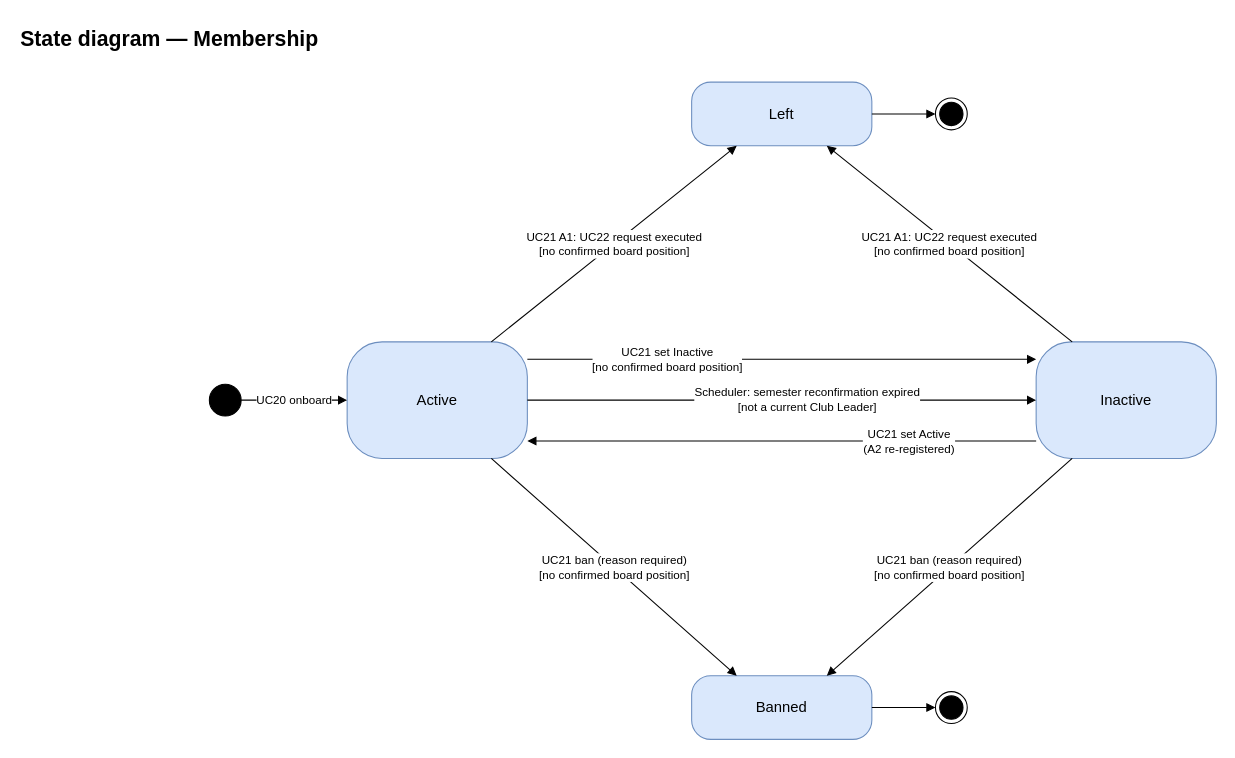
Above: page "Membership" (3 of 9) of docs/03-diagrams/UCMS_State_Diagrams.drawio in nvdekay/ClubManagementSystem (draw.io), before the change. Source tidied: cells renumbered, new cells numbered last; positions are measured from the earlier drawing's top-left corner, leaving out a move shared by most shapes. Both pictures are drawn from the tidied source at 106%, with x=0, y=0 at pixel (18, 18).
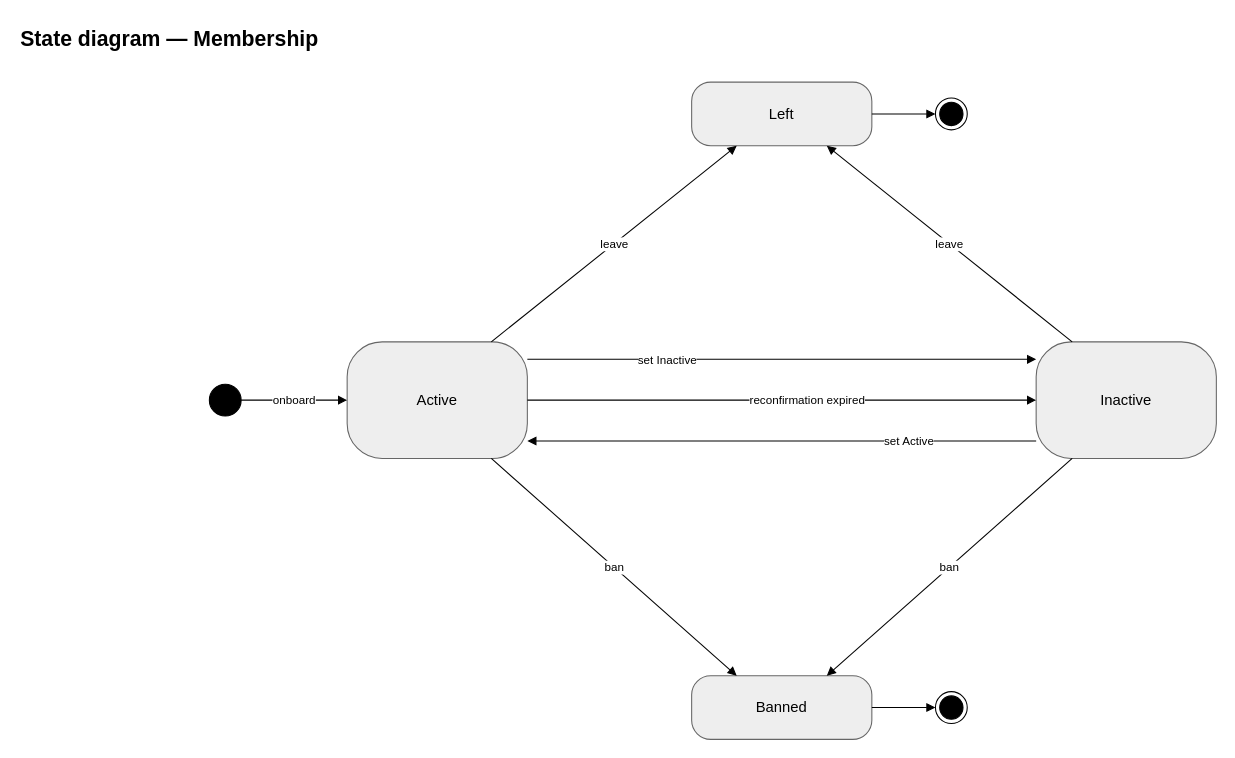
The same page after the edit.

Change to the diagram source:
```diff
@@
 <mxGraphModel background="#ffffff">
   <root>
     <mxCell id="0" />
     <mxCell id="1" parent="0" />
     <mxCell id="2" value="State diagram — Membership" style="text;html=1;fontSize=20;fontStyle=1;" parent="1" vertex="1">
       <mxGeometry width="600" height="30" as="geometry" />
     </mxCell>
     <mxCell id="3" style="ellipse;html=1;fillColor=#000000;strokeColor=#000000;" parent="1" vertex="1">
       <mxGeometry x="180" y="345" width="30" height="30" as="geometry" />
     </mxCell>
-    <mxCell id="4" value="Active" style="rounded=1;arcSize=30;whiteSpace=wrap;html=1;fillColor=#dae8fc;strokeColor=#6c8ebf;fontSize=14;" parent="1" vertex="1">
+    <mxCell id="4" value="Active" style="rounded=1;arcSize=30;whiteSpace=wrap;html=1;fillColor=#eeeeee;strokeColor=#666666;fontSize=14;" parent="1" vertex="1">
       <mxGeometry x="310" y="305" width="170" height="110" as="geometry" />
     </mxCell>
-    <mxCell id="5" value="Inactive" style="rounded=1;arcSize=30;whiteSpace=wrap;html=1;fillColor=#dae8fc;strokeColor=#6c8ebf;fontSize=14;" parent="1" vertex="1">
+    <mxCell id="5" value="Inactive" style="rounded=1;arcSize=30;whiteSpace=wrap;html=1;fillColor=#eeeeee;strokeColor=#666666;fontSize=14;" parent="1" vertex="1">
       <mxGeometry x="960" y="305" width="170" height="110" as="geometry" />
     </mxCell>
-    <mxCell id="6" value="Left" style="rounded=1;arcSize=30;whiteSpace=wrap;html=1;fillColor=#dae8fc;strokeColor=#6c8ebf;fontSize=14;" parent="1" vertex="1">
+    <mxCell id="6" value="Left" style="rounded=1;arcSize=30;whiteSpace=wrap;html=1;fillColor=#eeeeee;strokeColor=#666666;fontSize=14;" parent="1" vertex="1">
       <mxGeometry x="635" y="60" width="170" height="60" as="geometry" />
     </mxCell>
-    <mxCell id="7" value="Banned" style="rounded=1;arcSize=30;whiteSpace=wrap;html=1;fillColor=#dae8fc;strokeColor=#6c8ebf;fontSize=14;" parent="1" vertex="1">
+    <mxCell id="7" value="Banned" style="rounded=1;arcSize=30;whiteSpace=wrap;html=1;fillColor=#eeeeee;strokeColor=#666666;fontSize=14;" parent="1" vertex="1">
       <mxGeometry x="635" y="620" width="170" height="60" as="geometry" />
     </mxCell>
     <mxCell id="8" style="ellipse;html=1;shape=endState;fillColor=#000000;strokeColor=#000000;" parent="1" vertex="1">
       <mxGeometry x="865" y="75" width="30" height="30" as="geometry" />
     </mxCell>
     <mxCell id="9" style="ellipse;html=1;shape=endState;fillColor=#000000;strokeColor=#000000;" parent="1" vertex="1">
       <mxGeometry x="865" y="635" width="30" height="30" as="geometry" />
     </mxCell>
-    <mxCell id="10" value="UC20 onboard" style="endArrow=block;endFill=1;html=1;rounded=0;fontSize=11;labelBackgroundColor=#ffffff;" parent="1" edge="1" source="3" target="4">
+    <mxCell id="10" value="onboard" style="endArrow=block;endFill=1;html=1;rounded=0;fontSize=11;labelBackgroundColor=#ffffff;" parent="1" edge="1" source="3" target="4">
       <mxGeometry relative="1" as="geometry" />
     </mxCell>
     <mxCell id="11" style="endArrow=block;endFill=1;html=1;rounded=0;fontSize=11;labelBackgroundColor=#ffffff;" parent="1" edge="1" source="6" target="8">
       <mxGeometry relative="1" as="geometry" />
     </mxCell>
     <mxCell id="12" style="endArrow=block;endFill=1;html=1;rounded=0;fontSize=11;labelBackgroundColor=#ffffff;" parent="1" edge="1" source="7" target="9">
       <mxGeometry relative="1" as="geometry" />
     </mxCell>
-    <mxCell id="13" value="UC21 set Inactive&lt;br&gt;[no confirmed board position]" style="endArrow=block;endFill=1;html=1;rounded=0;fontSize=11;labelBackgroundColor=#ffffff;exitX=1;exitY=0.15;exitDx=0;exitDy=0;entryX=0;entryY=0.15;entryDx=0;entryDy=0;" parent="1" edge="1" source="4" target="5">
+    <mxCell id="13" value="set Inactive" style="endArrow=block;endFill=1;html=1;rounded=0;fontSize=11;labelBackgroundColor=#ffffff;exitX=1;exitY=0.15;exitDx=0;exitDy=0;entryX=0;entryY=0.15;entryDx=0;entryDy=0;" parent="1" edge="1" source="4" target="5">
       <mxGeometry x="-0.45" relative="1" as="geometry" />
     </mxCell>
-    <mxCell id="14" value="Scheduler: semester reconfirmation expired&lt;br&gt;[not a current Club Leader]" style="endArrow=block;endFill=1;html=1;rounded=0;fontSize=11;labelBackgroundColor=#ffffff;exitX=1;exitY=0.5;exitDx=0;exitDy=0;entryX=0;entryY=0.5;entryDx=0;entryDy=0;" parent="1" edge="1" source="4" target="5">
+    <mxCell id="14" value="reconfirmation expired" style="endArrow=block;endFill=1;html=1;rounded=0;fontSize=11;labelBackgroundColor=#ffffff;exitX=1;exitY=0.5;exitDx=0;exitDy=0;entryX=0;entryY=0.5;entryDx=0;entryDy=0;" parent="1" edge="1" source="4" target="5">
       <mxGeometry x="0.1" relative="1" as="geometry" />
     </mxCell>
-    <mxCell id="15" value="UC21 set Active&lt;br&gt;(A2 re-registered)" style="endArrow=block;endFill=1;html=1;rounded=0;fontSize=11;labelBackgroundColor=#ffffff;exitX=0;exitY=0.85;exitDx=0;exitDy=0;entryX=1;entryY=0.85;entryDx=0;entryDy=0;" parent="1" edge="1" source="5" target="4">
+    <mxCell id="15" value="set Active" style="endArrow=block;endFill=1;html=1;rounded=0;fontSize=11;labelBackgroundColor=#ffffff;exitX=0;exitY=0.85;exitDx=0;exitDy=0;entryX=1;entryY=0.85;entryDx=0;entryDy=0;" parent="1" edge="1" source="5" target="4">
       <mxGeometry x="-0.5" relative="1" as="geometry" />
     </mxCell>
-    <mxCell id="16" value="UC21 A1: UC22 request executed&lt;br&gt;[no confirmed board position]" style="endArrow=block;endFill=1;html=1;rounded=0;fontSize=11;labelBackgroundColor=#ffffff;exitX=0.8;exitY=0;exitDx=0;exitDy=0;entryX=0.25;entryY=1;entryDx=0;entryDy=0;" parent="1" edge="1" source="4" target="6">
+    <mxCell id="16" value="leave" style="endArrow=block;endFill=1;html=1;rounded=0;fontSize=11;labelBackgroundColor=#ffffff;exitX=0.8;exitY=0;exitDx=0;exitDy=0;entryX=0.25;entryY=1;entryDx=0;entryDy=0;" parent="1" edge="1" source="4" target="6">
       <mxGeometry relative="1" as="geometry" />
     </mxCell>
-    <mxCell id="17" value="UC21 A1: UC22 request executed&lt;br&gt;[no confirmed board position]" style="endArrow=block;endFill=1;html=1;rounded=0;fontSize=11;labelBackgroundColor=#ffffff;exitX=0.2;exitY=0;exitDx=0;exitDy=0;entryX=0.75;entryY=1;entryDx=0;entryDy=0;" parent="1" edge="1" source="5" target="6">
+    <mxCell id="17" value="leave" style="endArrow=block;endFill=1;html=1;rounded=0;fontSize=11;labelBackgroundColor=#ffffff;exitX=0.2;exitY=0;exitDx=0;exitDy=0;entryX=0.75;entryY=1;entryDx=0;entryDy=0;" parent="1" edge="1" source="5" target="6">
       <mxGeometry relative="1" as="geometry" />
     </mxCell>
-    <mxCell id="18" value="UC21 ban (reason required)&lt;br&gt;[no confirmed board position]" style="endArrow=block;endFill=1;html=1;rounded=0;fontSize=11;labelBackgroundColor=#ffffff;exitX=0.8;exitY=1;exitDx=0;exitDy=0;entryX=0.25;entryY=0;entryDx=0;entryDy=0;" parent="1" edge="1" source="4" target="7">
+    <mxCell id="18" value="ban" style="endArrow=block;endFill=1;html=1;rounded=0;fontSize=11;labelBackgroundColor=#ffffff;exitX=0.8;exitY=1;exitDx=0;exitDy=0;entryX=0.25;entryY=0;entryDx=0;entryDy=0;" parent="1" edge="1" source="4" target="7">
       <mxGeometry relative="1" as="geometry" />
     </mxCell>
-    <mxCell id="19" value="UC21 ban (reason required)&lt;br&gt;[no confirmed board position]" style="endArrow=block;endFill=1;html=1;rounded=0;fontSize=11;labelBackgroundColor=#ffffff;exitX=0.2;exitY=1;exitDx=0;exitDy=0;entryX=0.75;entryY=0;entryDx=0;entryDy=0;" parent="1" edge="1" source="5" target="7">
+    <mxCell id="19" value="ban" style="endArrow=block;endFill=1;html=1;rounded=0;fontSize=11;labelBackgroundColor=#ffffff;exitX=0.2;exitY=1;exitDx=0;exitDy=0;entryX=0.75;entryY=0;entryDx=0;entryDy=0;" parent="1" edge="1" source="5" target="7">
       <mxGeometry relative="1" as="geometry" />
     </mxCell>
   </root>
 </mxGraphModel>
```
